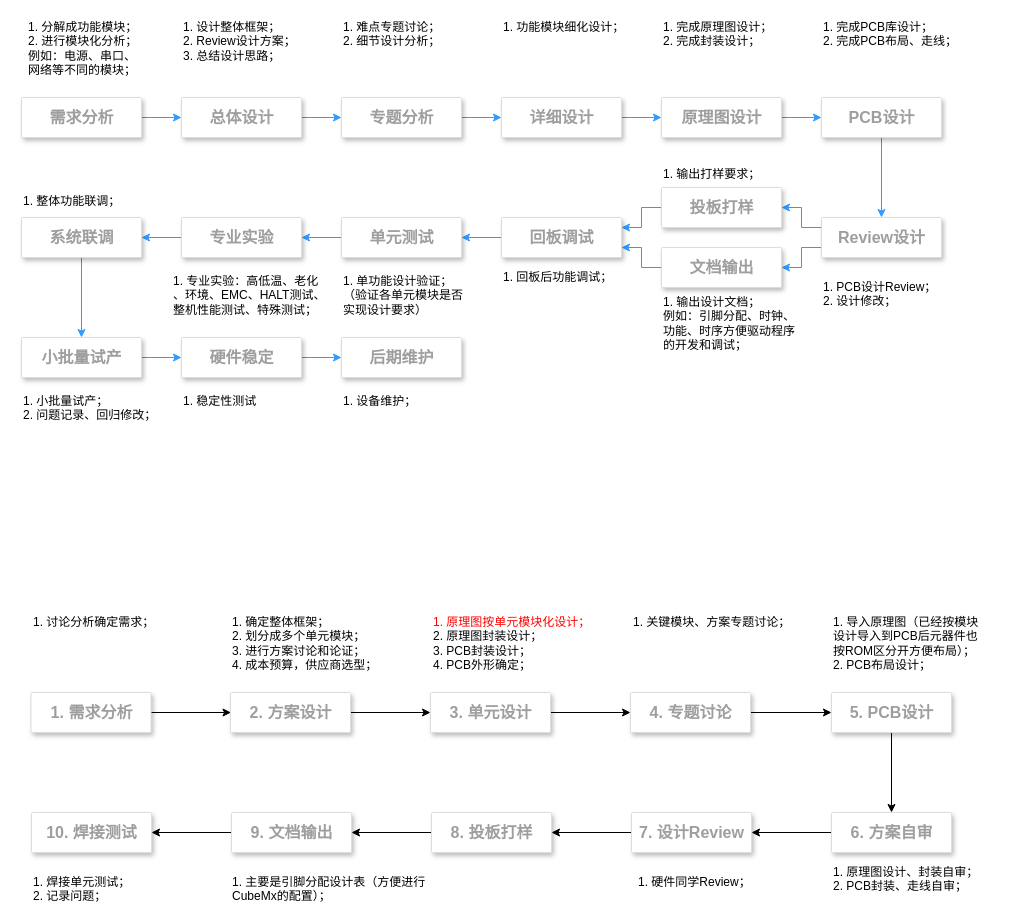
Earlier version of the draw.io diagram 硬件开发设计流程的副本.drawio (zjh6607476/drawing). Source tidied: cells renumbered, new cells numbered last; positions are measured from the earlier drawing's top-left corner, leaving out a move shared by most shapes. Both pictures are drawn from the tidied source at 100%, with x=0, y=0 at pixel (21, 17).
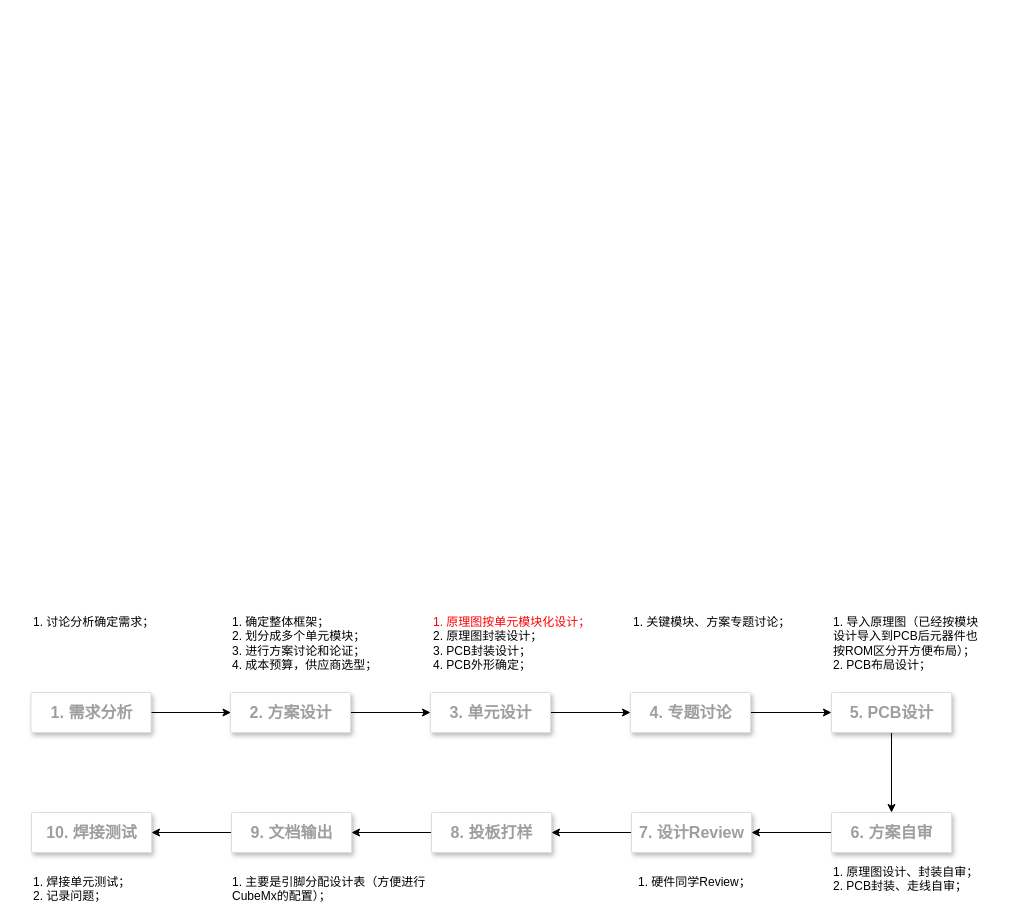
After the change.

Commit message:
更新硬件开发设计流程的副本.drawio

The edit, as a diff of the source:
```diff
@@
-    <mxCell id="2" style="edgeStyle=orthogonalEdgeStyle;rounded=0;jettySize=auto;html=1;exitX=1;exitY=0.5;exitDx=0;exitDy=0;entryX=0;entryY=0.5;entryDx=0;entryDy=0;strokeColor=#3399FF;" parent="1" edge="1" source="3" target="5">
-      <mxGeometry relative="1" as="geometry" />
-    </mxCell>
-    <mxCell id="3" value="&lt;b&gt;&lt;font style=&quot;font-size: 16px&quot;&gt;需求分析&lt;/font&gt;&lt;/b&gt;" style="strokeColor=#dddddd;fillColor=#ffffff;shadow=1;strokeWidth=1;rounded=1;absoluteArcSize=1;arcSize=2;fontSize=10;fontColor=#9E9E9E;align=center;html=1;" parent="1" vertex="1">
-      <mxGeometry y="80" width="120" height="40" as="geometry" />
-    </mxCell>
-    <mxCell id="4" style="edgeStyle=orthogonalEdgeStyle;rounded=0;jettySize=auto;html=1;strokeColor=#3399FF;" parent="1" edge="1" source="5" target="7">
-      <mxGeometry relative="1" as="geometry" />
-    </mxCell>
-    <mxCell id="5" value="&lt;b&gt;&lt;font style=&quot;font-size: 16px&quot;&gt;总体设计&lt;br&gt;&lt;/font&gt;&lt;/b&gt;" style="strokeColor=#dddddd;fillColor=#ffffff;shadow=1;strokeWidth=1;rounded=1;absoluteArcSize=1;arcSize=2;fontSize=10;fontColor=#9E9E9E;align=center;html=1;" parent="1" vertex="1">
-      <mxGeometry x="160" y="80" width="120" height="40" as="geometry" />
-    </mxCell>
-    <mxCell id="6" style="edgeStyle=orthogonalEdgeStyle;rounded=0;jettySize=auto;html=1;strokeColor=#3399FF;" parent="1" edge="1" source="7" target="9">
-      <mxGeometry relative="1" as="geometry" />
-    </mxCell>
-    <mxCell id="7" value="&lt;b&gt;&lt;font style=&quot;font-size: 16px&quot;&gt;专题分析&lt;br&gt;&lt;/font&gt;&lt;/b&gt;" style="strokeColor=#dddddd;fillColor=#ffffff;shadow=1;strokeWidth=1;rounded=1;absoluteArcSize=1;arcSize=2;fontSize=10;fontColor=#9E9E9E;align=center;html=1;" parent="1" vertex="1">
-      <mxGeometry x="320" y="80" width="120" height="40" as="geometry" />
-    </mxCell>
-    <mxCell id="8" style="edgeStyle=orthogonalEdgeStyle;rounded=0;jettySize=auto;html=1;strokeColor=#3399FF;" parent="1" edge="1" source="9" target="11">
-      <mxGeometry relative="1" as="geometry" />
-    </mxCell>
-    <mxCell id="9" value="&lt;b&gt;&lt;font style=&quot;font-size: 16px&quot;&gt;详细设计&lt;br&gt;&lt;/font&gt;&lt;/b&gt;" style="strokeColor=#dddddd;fillColor=#ffffff;shadow=1;strokeWidth=1;rounded=1;absoluteArcSize=1;arcSize=2;fontSize=10;fontColor=#9E9E9E;align=center;html=1;" parent="1" vertex="1">
-      <mxGeometry x="480" y="80" width="120" height="40" as="geometry" />
-    </mxCell>
-    <mxCell id="10" style="edgeStyle=orthogonalEdgeStyle;rounded=0;jettySize=auto;html=1;strokeColor=#3399FF;" parent="1" edge="1" source="11" target="13">
-      <mxGeometry relative="1" as="geometry" />
-    </mxCell>
-    <mxCell id="11" value="&lt;b&gt;&lt;font style=&quot;font-size: 16px&quot;&gt;原理图设计&lt;br&gt;&lt;/font&gt;&lt;/b&gt;" style="strokeColor=#dddddd;fillColor=#ffffff;shadow=1;strokeWidth=1;rounded=1;absoluteArcSize=1;arcSize=2;fontSize=10;fontColor=#9E9E9E;align=center;html=1;" parent="1" vertex="1">
-      <mxGeometry x="640" y="80" width="120" height="40" as="geometry" />
-    </mxCell>
-    <mxCell id="12" style="edgeStyle=orthogonalEdgeStyle;rounded=0;jettySize=auto;html=1;strokeColor=#3399FF;" parent="1" edge="1" source="13" target="16">
-      <mxGeometry relative="1" as="geometry" />
-    </mxCell>
-    <mxCell id="13" value="&lt;b&gt;&lt;font style=&quot;font-size: 16px&quot;&gt;PCB设计&lt;br&gt;&lt;/font&gt;&lt;/b&gt;" style="strokeColor=#dddddd;fillColor=#ffffff;shadow=1;strokeWidth=1;rounded=1;absoluteArcSize=1;arcSize=2;fontSize=10;fontColor=#9E9E9E;align=center;html=1;" parent="1" vertex="1">
-      <mxGeometry x="800" y="80" width="120" height="40" as="geometry" />
-    </mxCell>
-    <mxCell id="14" style="edgeStyle=orthogonalEdgeStyle;rounded=0;jettySize=auto;html=1;exitX=0;exitY=0.75;exitDx=0;exitDy=0;entryX=1;entryY=0.5;entryDx=0;entryDy=0;strokeColor=#3399FF;" parent="1" edge="1" source="16" target="20">
-      <mxGeometry relative="1" as="geometry" />
-    </mxCell>
-    <mxCell id="15" style="edgeStyle=orthogonalEdgeStyle;rounded=0;jettySize=auto;html=1;exitX=0;exitY=0.25;exitDx=0;exitDy=0;entryX=1;entryY=0.5;entryDx=0;entryDy=0;strokeColor=#3399FF;" parent="1" edge="1" source="16" target="18">
-      <mxGeometry relative="1" as="geometry" />
-    </mxCell>
-    <mxCell id="16" value="&lt;b&gt;&lt;font style=&quot;font-size: 16px&quot;&gt;Review设计&lt;br&gt;&lt;/font&gt;&lt;/b&gt;" style="strokeColor=#dddddd;fillColor=#ffffff;shadow=1;strokeWidth=1;rounded=1;absoluteArcSize=1;arcSize=2;fontSize=10;fontColor=#9E9E9E;align=center;html=1;" parent="1" vertex="1">
-      <mxGeometry x="800" y="200" width="120" height="40" as="geometry" />
-    </mxCell>
-    <mxCell id="17" style="edgeStyle=orthogonalEdgeStyle;rounded=0;jettySize=auto;html=1;exitX=0;exitY=0.5;exitDx=0;exitDy=0;entryX=1;entryY=0.25;entryDx=0;entryDy=0;strokeColor=#3399FF;" parent="1" edge="1" source="18" target="22">
-      <mxGeometry relative="1" as="geometry" />
-    </mxCell>
-    <mxCell id="18" value="&lt;b&gt;&lt;font style=&quot;font-size: 16px&quot;&gt;投板打样&lt;br&gt;&lt;/font&gt;&lt;/b&gt;" style="strokeColor=#dddddd;fillColor=#ffffff;shadow=1;strokeWidth=1;rounded=1;absoluteArcSize=1;arcSize=2;fontSize=10;fontColor=#9E9E9E;align=center;html=1;" parent="1" vertex="1">
-      <mxGeometry x="640" y="170" width="120" height="40" as="geometry" />
-    </mxCell>
-    <mxCell id="19" style="edgeStyle=orthogonalEdgeStyle;rounded=0;jettySize=auto;html=1;exitX=0;exitY=0.5;exitDx=0;exitDy=0;entryX=1;entryY=0.75;entryDx=0;entryDy=0;strokeColor=#3399FF;" parent="1" edge="1" source="20" target="22">
-      <mxGeometry relative="1" as="geometry" />
-    </mxCell>
-    <mxCell id="20" value="&lt;b&gt;&lt;font style=&quot;font-size: 16px&quot;&gt;文档输出&lt;br&gt;&lt;/font&gt;&lt;/b&gt;" style="strokeColor=#dddddd;fillColor=#ffffff;shadow=1;strokeWidth=1;rounded=1;absoluteArcSize=1;arcSize=2;fontSize=10;fontColor=#9E9E9E;align=center;html=1;" parent="1" vertex="1">
-      <mxGeometry x="640" y="230" width="120" height="40" as="geometry" />
-    </mxCell>
-    <mxCell id="21" style="edgeStyle=orthogonalEdgeStyle;rounded=0;jettySize=auto;html=1;strokeColor=#3399FF;" parent="1" edge="1" source="22" target="24">
-      <mxGeometry relative="1" as="geometry" />
-    </mxCell>
-    <mxCell id="22" value="&lt;b&gt;&lt;font style=&quot;font-size: 16px&quot;&gt;回板调试&lt;br&gt;&lt;/font&gt;&lt;/b&gt;" style="strokeColor=#dddddd;fillColor=#ffffff;shadow=1;strokeWidth=1;rounded=1;absoluteArcSize=1;arcSize=2;fontSize=10;fontColor=#9E9E9E;align=center;html=1;" parent="1" vertex="1">
-      <mxGeometry x="480" y="200" width="120" height="40" as="geometry" />
-    </mxCell>
-    <mxCell id="23" style="edgeStyle=orthogonalEdgeStyle;rounded=0;jettySize=auto;html=1;strokeColor=#3399FF;" parent="1" edge="1" source="24" target="26">
-      <mxGeometry relative="1" as="geometry" />
-    </mxCell>
-    <mxCell id="24" value="&lt;b&gt;&lt;font style=&quot;font-size: 16px&quot;&gt;单元测试&lt;br&gt;&lt;/font&gt;&lt;/b&gt;" style="strokeColor=#dddddd;fillColor=#ffffff;shadow=1;strokeWidth=1;rounded=1;absoluteArcSize=1;arcSize=2;fontSize=10;fontColor=#9E9E9E;align=center;html=1;" parent="1" vertex="1">
-      <mxGeometry x="320" y="200" width="120" height="40" as="geometry" />
-    </mxCell>
-    <mxCell id="25" style="edgeStyle=orthogonalEdgeStyle;rounded=0;jettySize=auto;html=1;strokeColor=#3399FF;" parent="1" edge="1" source="26" target="28">
-      <mxGeometry relative="1" as="geometry" />
-    </mxCell>
-    <mxCell id="26" value="&lt;b&gt;&lt;font style=&quot;font-size: 16px&quot;&gt;专业实验&lt;br&gt;&lt;/font&gt;&lt;/b&gt;" style="strokeColor=#dddddd;fillColor=#ffffff;shadow=1;strokeWidth=1;rounded=1;absoluteArcSize=1;arcSize=2;fontSize=10;fontColor=#9E9E9E;align=center;html=1;" parent="1" vertex="1">
-      <mxGeometry x="160" y="200" width="120" height="40" as="geometry" />
-    </mxCell>
-    <mxCell id="27" style="edgeStyle=orthogonalEdgeStyle;rounded=0;jettySize=auto;html=1;strokeColor=#3399FF;" parent="1" edge="1" source="28" target="30">
-      <mxGeometry relative="1" as="geometry" />
-    </mxCell>
-    <mxCell id="28" value="&lt;b&gt;&lt;font style=&quot;font-size: 16px&quot;&gt;系统联调&lt;br&gt;&lt;/font&gt;&lt;/b&gt;" style="strokeColor=#dddddd;fillColor=#ffffff;shadow=1;strokeWidth=1;rounded=1;absoluteArcSize=1;arcSize=2;fontSize=10;fontColor=#9E9E9E;align=center;html=1;" parent="1" vertex="1">
-      <mxGeometry y="200" width="120" height="40" as="geometry" />
-    </mxCell>
-    <mxCell id="29" style="edgeStyle=orthogonalEdgeStyle;rounded=0;jettySize=auto;html=1;strokeColor=#3399FF;" parent="1" edge="1" source="30" target="32">
-      <mxGeometry relative="1" as="geometry" />
-    </mxCell>
-    <mxCell id="30" value="&lt;b&gt;&lt;font style=&quot;font-size: 16px&quot;&gt;小批量试产&lt;br&gt;&lt;/font&gt;&lt;/b&gt;" style="strokeColor=#dddddd;fillColor=#ffffff;shadow=1;strokeWidth=1;rounded=1;absoluteArcSize=1;arcSize=2;fontSize=10;fontColor=#9E9E9E;align=center;html=1;" parent="1" vertex="1">
-      <mxGeometry y="320" width="120" height="40" as="geometry" />
-    </mxCell>
-    <mxCell id="31" style="edgeStyle=orthogonalEdgeStyle;rounded=0;jettySize=auto;html=1;strokeColor=#3399FF;" parent="1" edge="1" source="32" target="33">
-      <mxGeometry relative="1" as="geometry" />
-    </mxCell>
-    <mxCell id="32" value="&lt;b&gt;&lt;font style=&quot;font-size: 16px&quot;&gt;硬件稳定&lt;br&gt;&lt;/font&gt;&lt;/b&gt;" style="strokeColor=#dddddd;fillColor=#ffffff;shadow=1;strokeWidth=1;rounded=1;absoluteArcSize=1;arcSize=2;fontSize=10;fontColor=#9E9E9E;align=center;html=1;" parent="1" vertex="1">
-      <mxGeometry x="160" y="320" width="120" height="40" as="geometry" />
-    </mxCell>
-    <mxCell id="33" value="&lt;b&gt;&lt;font style=&quot;font-size: 16px&quot;&gt;后期维护&lt;br&gt;&lt;/font&gt;&lt;/b&gt;" style="strokeColor=#dddddd;fillColor=#ffffff;shadow=1;strokeWidth=1;rounded=1;absoluteArcSize=1;arcSize=2;fontSize=10;fontColor=#9E9E9E;align=center;html=1;" parent="1" vertex="1">
-      <mxGeometry x="320" y="320" width="120" height="40" as="geometry" />
-    </mxCell>
-    <mxCell id="34" value="1. 分解成功能模块；&lt;br&gt;2. 进行模块化分析；&lt;br&gt;例如：电源、串口、&lt;br&gt;网络等不同的模块；&lt;br&gt;" style="text;html=1;align=left;verticalAlign=top;spacingTop=-4;" parent="1" vertex="1">
-      <mxGeometry x="4.5" width="130" height="60" as="geometry" />
-    </mxCell>
-    <mxCell id="35" value="1. 设计整体框架；&lt;br&gt;2. Review设计方案；&lt;br&gt;3. 总结设计思路；&lt;br&gt;" style="text;html=1;align=left;verticalAlign=top;spacingTop=-4;" parent="1" vertex="1">
-      <mxGeometry x="160" width="130" height="40" as="geometry" />
-    </mxCell>
-    <mxCell id="36" value="1. 难点专题讨论；&lt;br&gt;2. 细节设计分析；&lt;br&gt;" style="text;html=1;align=left;verticalAlign=top;spacingTop=-4;" parent="1" vertex="1">
-      <mxGeometry x="320" width="110" height="30" as="geometry" />
-    </mxCell>
-    <mxCell id="37" value="1. 功能模块细化设计；&lt;br&gt;" style="text;html=1;align=left;verticalAlign=top;spacingTop=-4;" parent="1" vertex="1">
-      <mxGeometry x="480" width="140" height="20" as="geometry" />
-    </mxCell>
-    <mxCell id="38" value="1. 完成原理图设计；&lt;br&gt;2. 完成封装设计；&lt;br&gt;" style="text;html=1;align=left;verticalAlign=top;spacingTop=-4;" parent="1" vertex="1">
-      <mxGeometry x="640" width="130" height="30" as="geometry" />
-    </mxCell>
-    <mxCell id="39" value="1. 完成PCB库设计；&lt;br&gt;2. 完成PCB布局、走线；&lt;br&gt;" style="text;html=1;align=left;verticalAlign=top;spacingTop=-4;" parent="1" vertex="1">
-      <mxGeometry x="800" width="150" height="30" as="geometry" />
-    </mxCell>
-    <mxCell id="40" value="1. PCB设计Review；&lt;br&gt;2. 设计修改；&lt;br&gt;" style="text;html=1;align=left;verticalAlign=top;spacingTop=-4;" parent="1" vertex="1">
-      <mxGeometry x="800" y="260" width="130" height="30" as="geometry" />
-    </mxCell>
-    <mxCell id="41" value="1. 输出打样要求；&lt;br&gt;" style="text;html=1;align=left;verticalAlign=top;spacingTop=-4;" parent="1" vertex="1">
-      <mxGeometry x="640" y="147" width="110" height="20" as="geometry" />
-    </mxCell>
-    <mxCell id="42" value="1. 输出设计文档；&lt;br&gt;例如：引脚分配、时钟、&lt;br&gt;功能、时序方便驱动程序&lt;br&gt;的开发和调试；&lt;br&gt;" style="text;html=1;align=left;verticalAlign=top;spacingTop=-4;" parent="1" vertex="1">
-      <mxGeometry x="640" y="275" width="150" height="60" as="geometry" />
-    </mxCell>
-    <mxCell id="43" value="1. 回板后功能调试；&lt;br&gt;" style="text;html=1;align=left;verticalAlign=top;spacingTop=-4;" parent="1" vertex="1">
-      <mxGeometry x="480" y="250" width="130" height="20" as="geometry" />
-    </mxCell>
-    <mxCell id="44" value="1. 单功能设计验证；&lt;br&gt;（验证各单元模块是否&lt;br&gt;实现设计要求）&lt;br&gt;" style="text;html=1;" parent="1" vertex="1">
-      <mxGeometry x="320" y="250" width="110" height="30" as="geometry" />
-    </mxCell>
-    <mxCell id="45" value="1. 专业实验：高低温、老化&lt;br&gt;、环境、EMC、HALT测试、&lt;br&gt;整机性能测试、特殊测试；&lt;br&gt;" style="text;html=1;" parent="1" vertex="1">
-      <mxGeometry x="150" y="250" width="110" height="30" as="geometry" />
-    </mxCell>
-    <mxCell id="46" value="1. 整体功能联调；" style="text;html=1;" parent="1" vertex="1">
-      <mxGeometry y="170" width="110" height="30" as="geometry" />
-    </mxCell>
-    <mxCell id="47" value="1. 小批量试产；&lt;br&gt;2. 问题记录、回归修改；&lt;br&gt;" style="text;html=1;" parent="1" vertex="1">
-      <mxGeometry y="370" width="110" height="30" as="geometry" />
-    </mxCell>
-    <mxCell id="48" value="1. 稳定性测试" style="text;html=1;" parent="1" vertex="1">
-      <mxGeometry x="160" y="370" width="110" height="30" as="geometry" />
-    </mxCell>
-    <mxCell id="49" value="1. 设备维护；" style="text;html=1;" parent="1" vertex="1">
-      <mxGeometry x="320" y="370" width="110" height="30" as="geometry" />
-    </mxCell>
```
